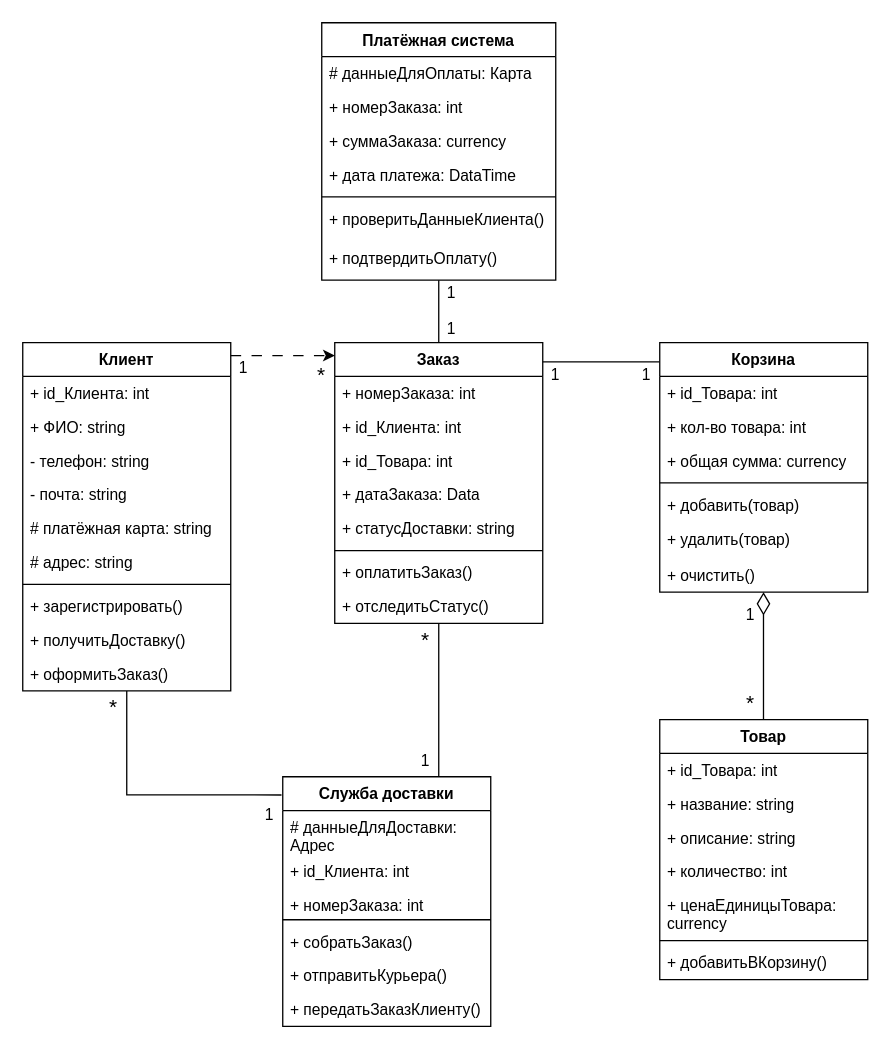
This is page "Классов" (5 of 8) of Все диаграммы.drawio from AnnaOtchina/AnnaKyrsach, a draw.io file, before an edit. Source tidied: cells renumbered, new cells numbered last; positions are measured from the earlier drawing's top-left corner, leaving out a move shared by most shapes. Both pictures are drawn from the tidied source at 130%, with x=0, y=0 at pixel (22, 22).
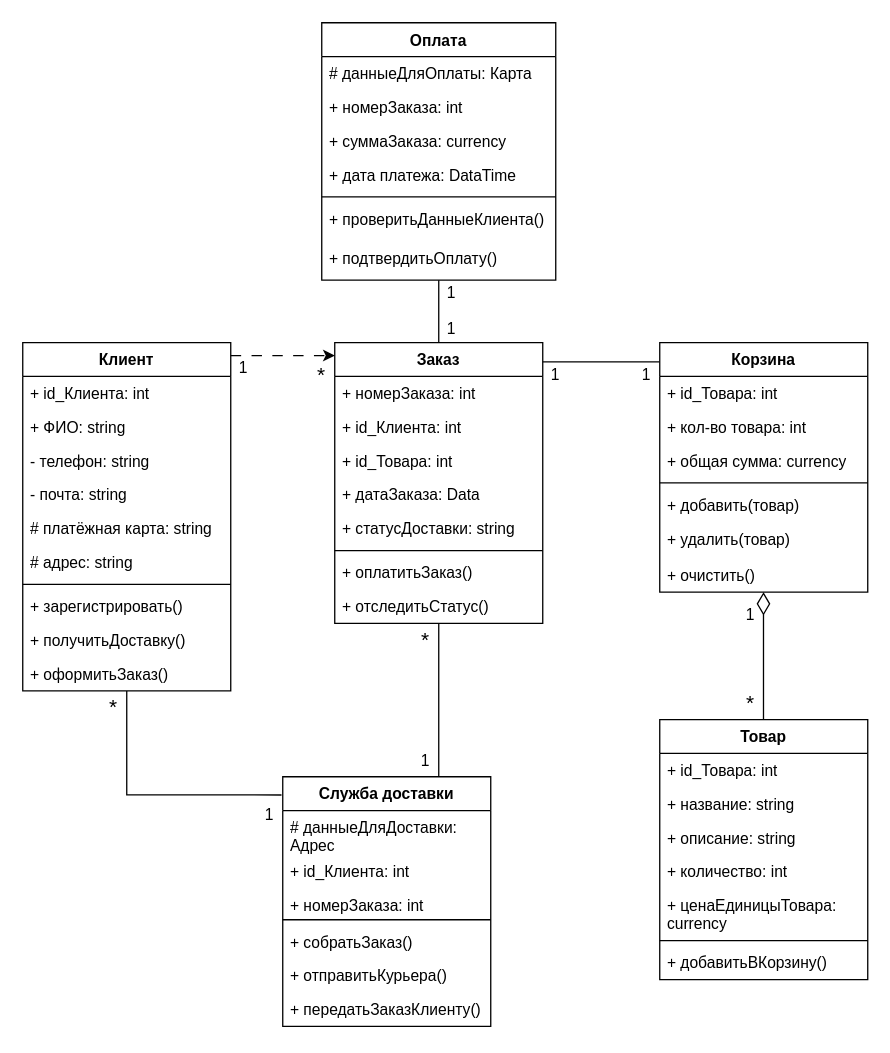
After the change.

Diff of the diagram source:
```diff
@@
-    <mxCell id="40" value="Платёжная система" style="swimlane;fontStyle=1;align=center;verticalAlign=top;horizontal=1;startSize=26;whiteSpace=wrap;html=1;" parent="1" vertex="1">
+    <mxCell id="40" value="Оплата" style="swimlane;fontStyle=1;align=center;verticalAlign=top;horizontal=1;startSize=26;whiteSpace=wrap;html=1;" parent="1" vertex="1">
       <mxGeometry x="230" width="180" height="198" as="geometry" />
     </mxCell>
```
